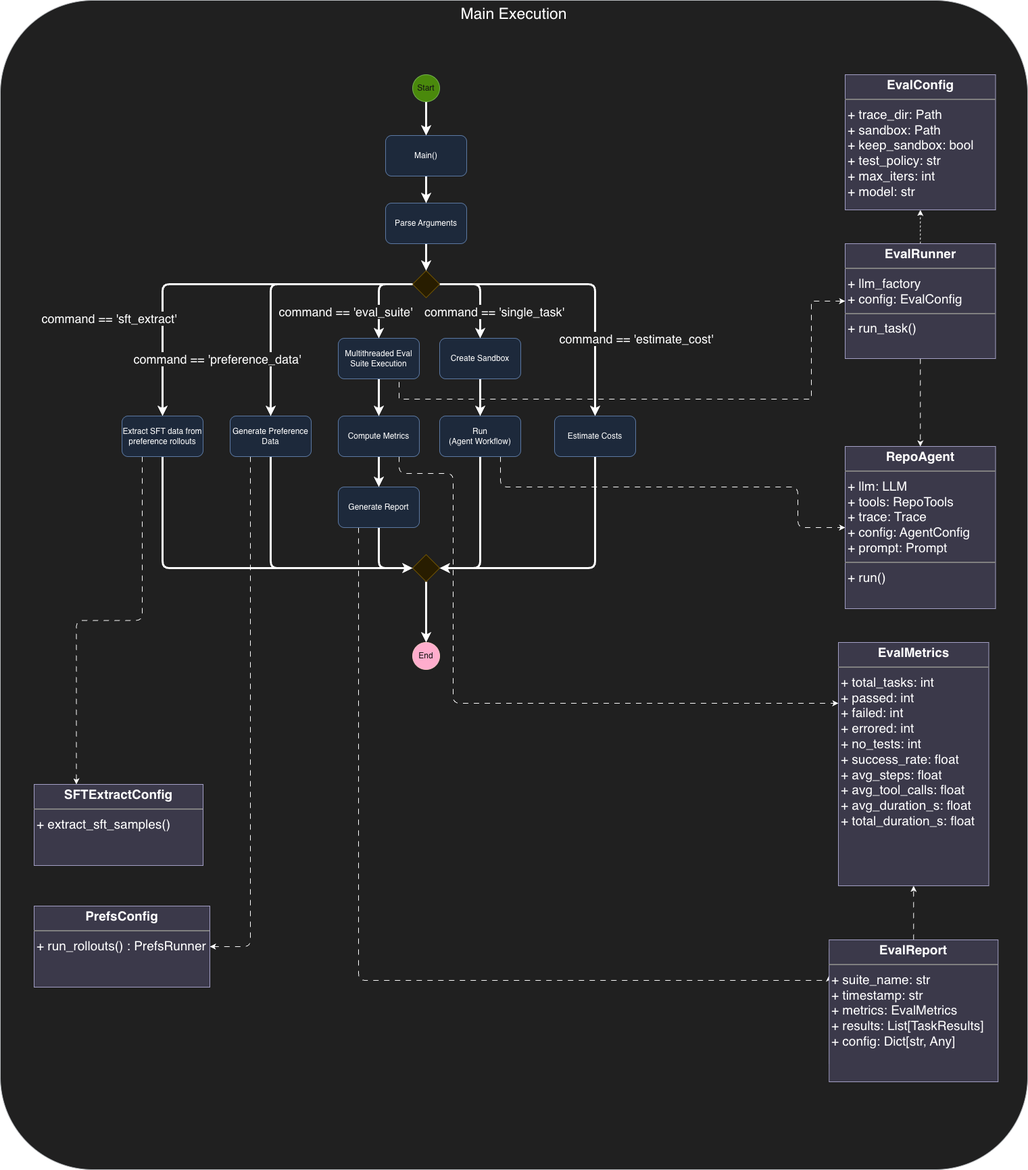
Before: blog_post/diagrams/main_execution.png, a diagram exported from draw.io (jbthejedi/llm-repo-agent). Source tidied: cells renumbered, new cells last; positions are measured from the earlier drawing's top-left corner, leaving out a move shared by most shapes.
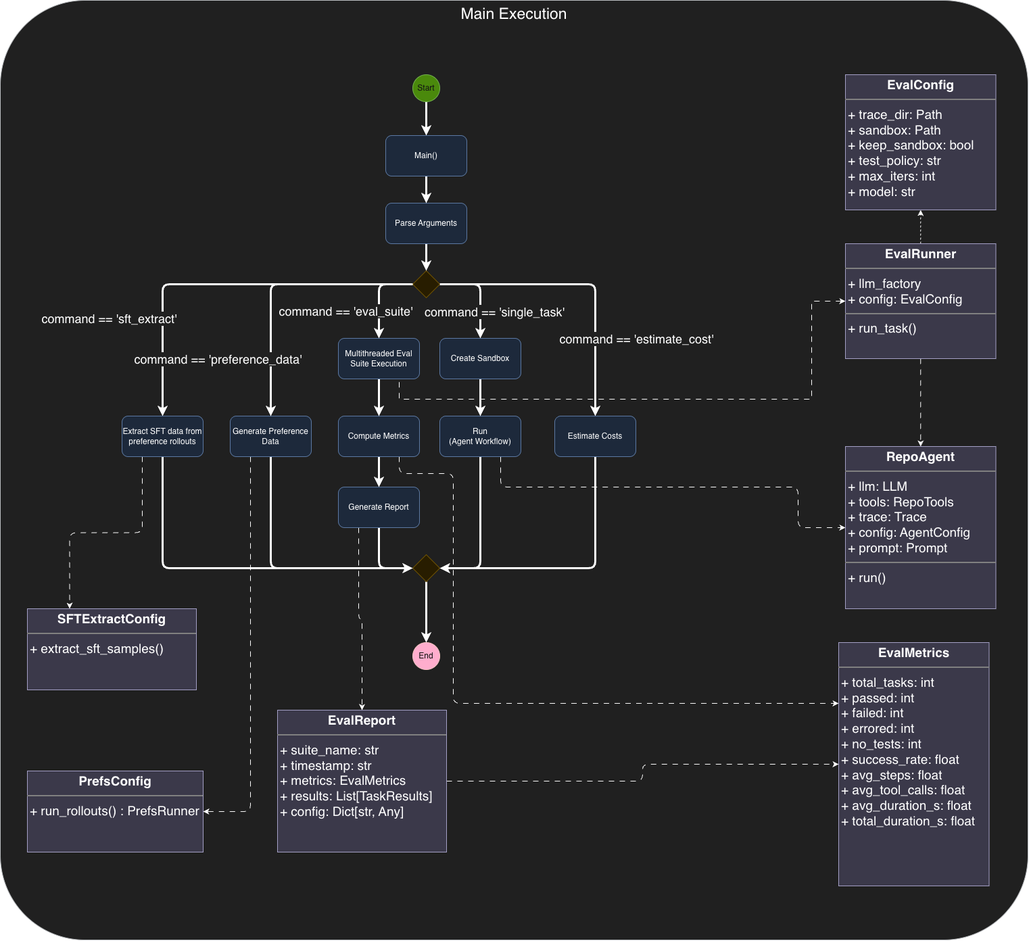
The same diagram one commit later.

Diff of the diagram source:
```diff
@@ -3,7 +3,7 @@
     <mxCell id="0" />
     <mxCell id="1" parent="0" />
     <mxCell id="2" value="Main Execution" style="rounded=1;whiteSpace=wrap;html=1;fillColor=#eeeeee;strokeColor=#36393d;verticalAlign=top;fontSize=23;arcSize=9;" parent="1" vertex="1">
-      <mxGeometry width="1520" height="1730" as="geometry" />
+      <mxGeometry width="1520" height="1390" as="geometry" />
     </mxCell>
     <mxCell id="3" style="edgeStyle=none;html=1;exitX=0.5;exitY=1;exitDx=0;exitDy=0;entryX=0.5;entryY=0;entryDx=0;entryDy=0;strokeWidth=3;" parent="1" edge="1" source="4" target="30">
       <mxGeometry relative="1" as="geometry" />
@@ -131,13 +131,8 @@
     <mxCell id="34" style="edgeStyle=orthogonalEdgeStyle;html=1;exitX=0.5;exitY=1;exitDx=0;exitDy=0;entryX=0;entryY=0.5;entryDx=0;entryDy=0;strokeWidth=3;" parent="1" edge="1" source="36" target="18">
       <mxGeometry relative="1" as="geometry" />
     </mxCell>
-    <mxCell id="35" style="edgeStyle=orthogonalEdgeStyle;html=1;exitX=0.25;exitY=1;exitDx=0;exitDy=0;entryX=0;entryY=0.25;entryDx=0;entryDy=0;dashed=1;dashPattern=8 8;" parent="1" edge="1" source="36" target="40">
-      <mxGeometry relative="1" as="geometry">
-        <Array as="points">
-          <mxPoint x="530" y="1450" />
-          <mxPoint x="1226" y="1450" />
-        </Array>
-      </mxGeometry>
+    <mxCell id="35" style="html=1;exitX=0.25;exitY=1;exitDx=0;exitDy=0;entryX=0.5;entryY=0;entryDx=0;entryDy=0;dashed=1;dashPattern=8 8;edgeStyle=orthogonalEdgeStyle;" parent="1" edge="1" source="36" target="40">
+      <mxGeometry relative="1" as="geometry" />
     </mxCell>
     <mxCell id="36" value="Generate Report" style="rounded=1;whiteSpace=wrap;html=1;fillColor=#dae8fc;strokeColor=#6c8ebf;" parent="1" vertex="1">
       <mxGeometry x="500" y="720" width="120" height="60" as="geometry" />
@@ -148,11 +143,11 @@
     <mxCell id="38" value="&lt;p style=&quot;margin:0px;margin-top:4px;text-align:center;&quot;&gt;&lt;b&gt;EvalMetrics&lt;/b&gt;&lt;/p&gt;&lt;hr style=&quot;border-style:solid;&quot;&gt;&lt;p style=&quot;margin:0px;margin-left:4px;&quot;&gt;+ total_tasks: int&lt;/p&gt;&lt;p style=&quot;margin:0px;margin-left:4px;&quot;&gt;+ passed: int&lt;/p&gt;&lt;p style=&quot;margin:0px;margin-left:4px;&quot;&gt;+ failed: int&lt;/p&gt;&lt;p style=&quot;margin:0px;margin-left:4px;&quot;&gt;+ errored: int&lt;/p&gt;&lt;p style=&quot;margin:0px;margin-left:4px;&quot;&gt;+ no_tests: int&lt;/p&gt;&lt;p style=&quot;margin:0px;margin-left:4px;&quot;&gt;+ success_rate: float&lt;/p&gt;&lt;p style=&quot;margin:0px;margin-left:4px;&quot;&gt;+ avg_steps: float&lt;/p&gt;&lt;p style=&quot;margin:0px;margin-left:4px;&quot;&gt;+ avg_tool_calls: float&lt;/p&gt;&lt;p style=&quot;margin:0px;margin-left:4px;&quot;&gt;+ avg_duration_s: float&lt;/p&gt;&lt;p style=&quot;margin:0px;margin-left:4px;&quot;&gt;+ total_duration_s: float&lt;/p&gt;" style="verticalAlign=top;align=left;overflow=fill;html=1;whiteSpace=wrap;fontSize=19;fillColor=#d0cee2;strokeColor=#56517e;labelBackgroundColor=none;" parent="1" vertex="1">
       <mxGeometry x="1240" y="950" width="222.5" height="360" as="geometry" />
     </mxCell>
-    <mxCell id="39" style="edgeStyle=none;html=1;exitX=0.5;exitY=0;exitDx=0;exitDy=0;entryX=0.5;entryY=1;entryDx=0;entryDy=0;dashed=1;dashPattern=8 8;" parent="1" edge="1" source="40" target="38">
+    <mxCell id="39" style="edgeStyle=orthogonalEdgeStyle;html=1;exitX=1;exitY=0.5;exitDx=0;exitDy=0;entryX=0;entryY=0.5;entryDx=0;entryDy=0;dashed=1;dashPattern=8 8;" parent="1" edge="1" source="40" target="38">
       <mxGeometry relative="1" as="geometry" />
     </mxCell>
     <mxCell id="40" value="&lt;p style=&quot;margin:0px;margin-top:4px;text-align:center;&quot;&gt;&lt;b&gt;EvalReport&lt;/b&gt;&lt;/p&gt;&lt;hr style=&quot;border-style:solid;&quot;&gt;&lt;p style=&quot;margin:0px;margin-left:4px;&quot;&gt;+ suite_name: str&lt;/p&gt;&lt;p style=&quot;margin:0px;margin-left:4px;&quot;&gt;+ timestamp: str&lt;/p&gt;&lt;p style=&quot;margin:0px;margin-left:4px;&quot;&gt;+ metrics: EvalMetrics&lt;/p&gt;&lt;p style=&quot;margin:0px;margin-left:4px;&quot;&gt;+ results: List[TaskResults]&lt;/p&gt;&lt;p style=&quot;margin:0px;margin-left:4px;&quot;&gt;+ config: Dict[str, Any]&lt;/p&gt;" style="verticalAlign=top;align=left;overflow=fill;html=1;whiteSpace=wrap;fontSize=19;fillColor=#d0cee2;strokeColor=#56517e;labelBackgroundColor=none;" parent="1" vertex="1">
-      <mxGeometry x="1226.2" y="1390" width="250" height="210" as="geometry" />
+      <mxGeometry x="410" y="1050" width="250" height="210" as="geometry" />
     </mxCell>
     <mxCell id="41" style="edgeStyle=none;html=1;exitX=0.5;exitY=1;exitDx=0;exitDy=0;entryX=0.5;entryY=0;entryDx=0;entryDy=0;strokeWidth=3;" parent="1" edge="1" source="42" target="33">
       <mxGeometry relative="1" as="geometry" />
@@ -197,10 +192,10 @@
       <mxGeometry x="180" y="615" width="120" height="60" as="geometry" />
     </mxCell>
     <mxCell id="53" value="&lt;p style=&quot;margin:0px;margin-top:4px;text-align:center;&quot;&gt;&lt;b&gt;PrefsConfig&lt;/b&gt;&lt;/p&gt;&lt;hr style=&quot;border-style:solid;&quot;&gt;&lt;p style=&quot;margin:0px;margin-left:4px;&quot;&gt;+ run_rollouts() : PrefsRunner&lt;/p&gt;" style="verticalAlign=top;align=left;overflow=fill;html=1;whiteSpace=wrap;fontSize=19;fillColor=#d0cee2;strokeColor=#56517e;labelBackgroundColor=none;" parent="1" vertex="1">
-      <mxGeometry x="50" y="1340" width="260" height="120" as="geometry" />
+      <mxGeometry x="40" y="1140" width="260" height="120" as="geometry" />
     </mxCell>
     <mxCell id="54" value="&lt;p style=&quot;margin:0px;margin-top:4px;text-align:center;&quot;&gt;&lt;b&gt;SFTExtractConfig&lt;/b&gt;&lt;/p&gt;&lt;hr style=&quot;border-style:solid;&quot;&gt;&lt;p style=&quot;margin:0px;margin-left:4px;&quot;&gt;+ extract_sft_samples()&lt;/p&gt;" style="verticalAlign=top;align=left;overflow=fill;html=1;whiteSpace=wrap;fontSize=19;fillColor=#d0cee2;strokeColor=#56517e;labelBackgroundColor=none;" parent="1" vertex="1">
-      <mxGeometry x="50" y="1160" width="250" height="120" as="geometry" />
+      <mxGeometry x="40" y="900" width="250" height="120" as="geometry" />
     </mxCell>
   </root>
 </mxGraphModel>
```
